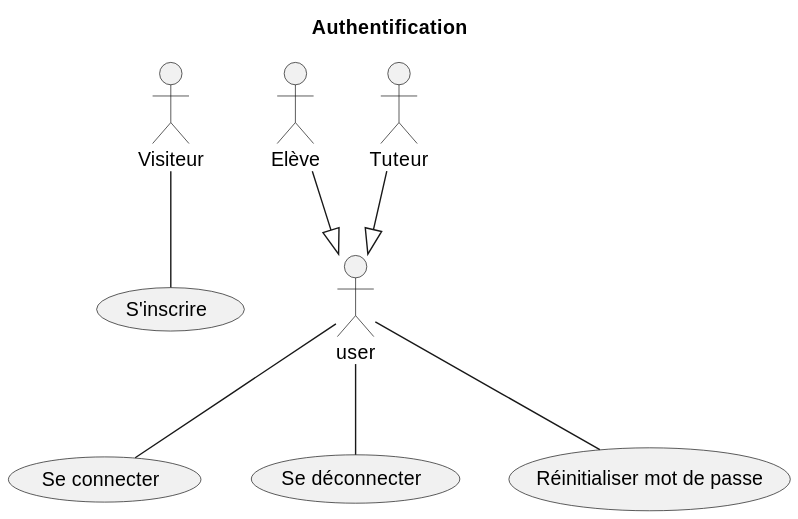
Earlier version of the PlantUML export docs/diagrams/authentication/authentication.svg (KMBCL/P3_specifications).
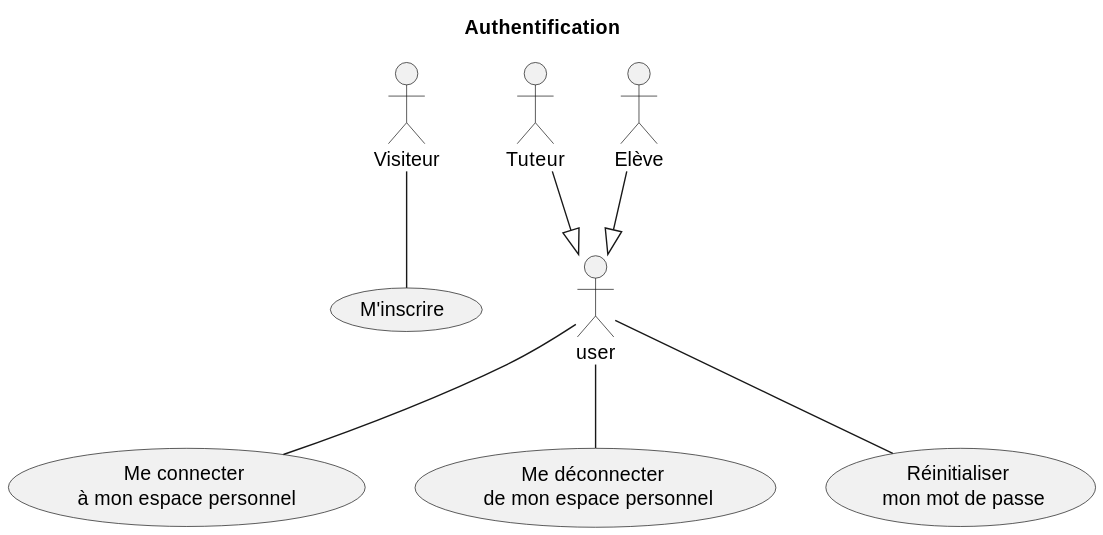
The same file after the commit.

Diff of the diagram source:
```diff
@@ -7,10 +7,10 @@
 student --|> user
 tutor --|> user
 
-usecase "S'inscrire" as register
-usecase "Se connecter" as login
-usecase "Se déconnecter" as logout
-usecase "Réinitialiser mot de passe" as reset_password
+usecase "M'inscrire" as register
+usecase "Me connecter \n à mon espace personnel " as login
+usecase "Me déconnecter \n de mon espace personnel" as logout
+usecase "Réinitialiser \n mon mot de passe" as reset_password
 
 visitor -- register
 user -- login
```
